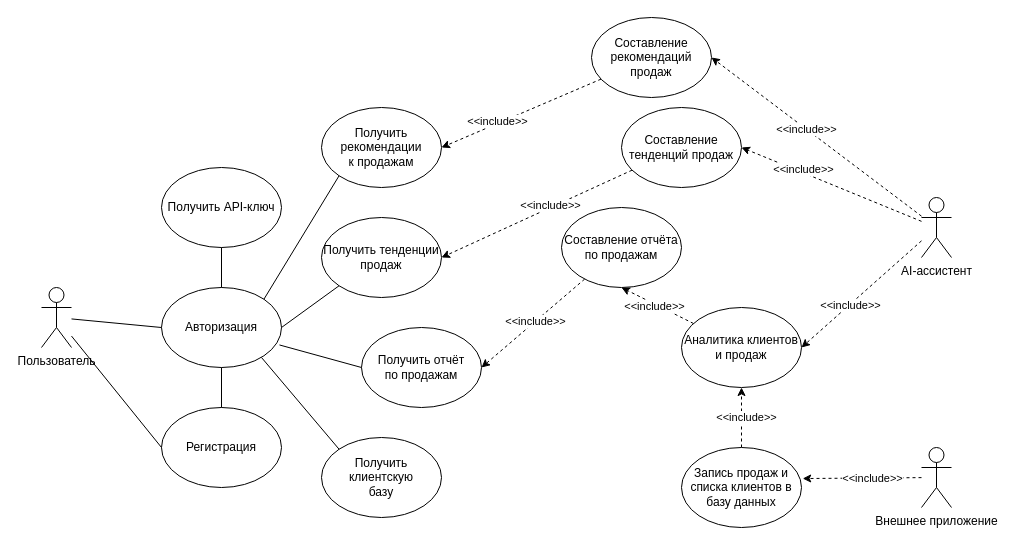
Before: docs/src/usecase.drawio in StandartU/ai_crm, a draw.io diagram. Source tidied: cells renumbered, new cells numbered last; positions are measured from the earlier drawing's top-left corner, leaving out a move shared by most shapes. Both pictures are drawn from the tidied source at 100%, with x=0, y=0 at pixel (41, 17).
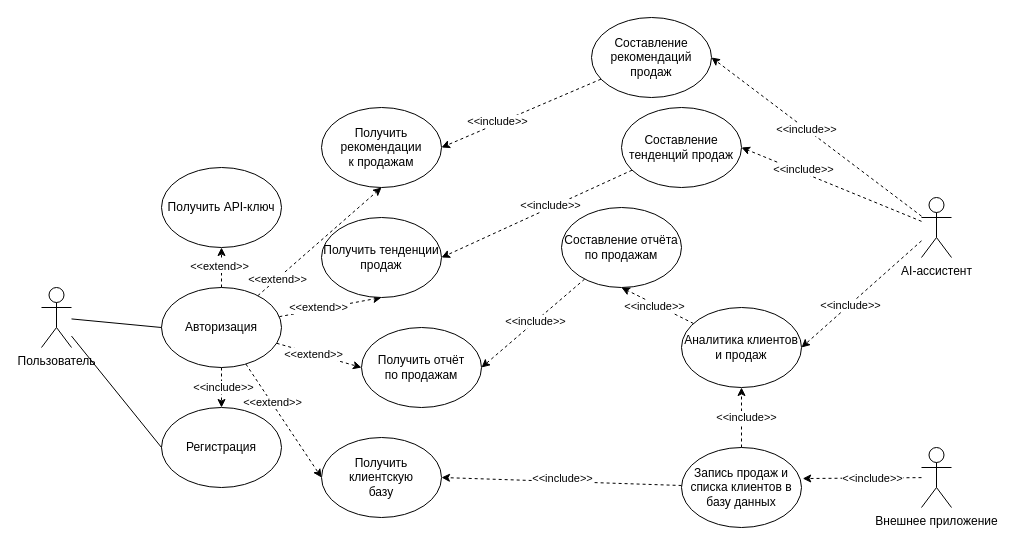
The same page after the edit.

Unchanged cells that the change refers to:
```xml
<mxCell id="3" value="Регистрация" style="ellipse;whiteSpace=wrap;html=1;" parent="1" vertex="1">
  <mxGeometry x="120" y="390" width="120" height="80" as="geometry" />
</mxCell>
<mxCell id="4" value="Авторизация" style="ellipse;whiteSpace=wrap;html=1;" parent="1" vertex="1">
  <mxGeometry x="120" y="270" width="120" height="80" as="geometry" />
</mxCell>
<mxCell id="8" value="Получить API-ключ" style="ellipse;whiteSpace=wrap;html=1;" parent="1" vertex="1">
  <mxGeometry x="120" y="150" width="120" height="80" as="geometry" />
</mxCell>
<mxCell id="9" value="Получить тенденции&lt;br&gt;продаж" style="ellipse;whiteSpace=wrap;html=1;" parent="1" vertex="1">
  <mxGeometry x="280" y="200" width="120" height="80" as="geometry" />
</mxCell>
<mxCell id="10" value="Получить отчёт&lt;br&gt;по продажам" style="ellipse;whiteSpace=wrap;html=1;" parent="1" vertex="1">
  <mxGeometry x="320" y="310" width="120" height="80" as="geometry" />
</mxCell>
<mxCell id="11" value="Получить клиентскую&lt;br&gt;базу" style="ellipse;whiteSpace=wrap;html=1;" parent="1" vertex="1">
  <mxGeometry x="280" y="420" width="120" height="80" as="geometry" />
</mxCell>
<mxCell id="16" value="Получить рекомендации&lt;br&gt;к продажам" style="ellipse;whiteSpace=wrap;html=1;" parent="1" vertex="1">
  <mxGeometry x="280" y="90" width="120" height="80" as="geometry" />
</mxCell>
<mxCell id="28" value="Запись продаж и списка клиентов в базу данных" style="ellipse;whiteSpace=wrap;html=1;" parent="1" vertex="1">
  <mxGeometry x="640" y="430" width="120" height="80" as="geometry" />
</mxCell>
```

What changed in the source:
```diff
@@
+    <mxCell id="43" style="edgeStyle=orthogonalEdgeStyle;rounded=0;jettySize=auto;html=1;entryX=0.5;entryY=0;entryDx=0;entryDy=0;dashed=1;" parent="1" edge="1" source="4" target="3">
+      <mxGeometry relative="1" as="geometry" />
+    </mxCell>
+    <mxCell id="44" value="&amp;lt;&amp;lt;include&amp;gt;&amp;gt;" style="edgeLabel;html=1;align=center;verticalAlign=middle;" parent="43" vertex="1">
+      <mxGeometry x="-0.05" y="1" relative="1" as="geometry" />
+    </mxCell>
+    <mxCell id="12" style="rounded=0;jettySize=auto;html=1;entryX=0.5;entryY=1;entryDx=0;entryDy=0;dashed=1;" parent="1" edge="1" source="4" target="8">
+      <mxGeometry relative="1" as="geometry" />
+    </mxCell>
+    <mxCell id="45" value="&amp;lt;&amp;lt;extend&amp;gt;&amp;gt;" style="edgeLabel;html=1;align=center;verticalAlign=middle;" parent="12" vertex="1">
+      <mxGeometry x="0.1" y="3" relative="1" as="geometry" />
+    </mxCell>
+    <mxCell id="17" style="rounded=0;jettySize=auto;html=1;entryX=0.5;entryY=1;entryDx=0;entryDy=0;dashed=1;" parent="1" edge="1" source="4" target="16">
+      <mxGeometry relative="1" as="geometry" />
+    </mxCell>
+    <mxCell id="46" value="&amp;lt;&amp;lt;extend&amp;gt;&amp;gt;" style="edgeLabel;html=1;align=center;verticalAlign=middle;" parent="17" vertex="1">
+      <mxGeometry x="-0.68" relative="1" as="geometry" />
+    </mxCell>
+    <mxCell id="47" style="rounded=0;jettySize=auto;html=1;entryX=0.5;entryY=1;entryDx=0;entryDy=0;dashed=1;" parent="1" edge="1" source="4" target="9">
+      <mxGeometry relative="1" as="geometry" />
+    </mxCell>
+    <mxCell id="48" value="&amp;lt;&amp;lt;extend&amp;gt;&amp;gt;" style="edgeLabel;html=1;align=center;verticalAlign=middle;" parent="47" vertex="1">
+      <mxGeometry x="-0.23" y="2" relative="1" as="geometry" />
+    </mxCell>
+    <mxCell id="14" style="rounded=0;jettySize=auto;html=1;entryX=0;entryY=0.5;entryDx=0;entryDy=0;dashed=1;" parent="1" edge="1" source="4" target="10">
+      <mxGeometry relative="1" as="geometry" />
+    </mxCell>
+    <mxCell id="49" value="&amp;lt;&amp;lt;extend&amp;gt;&amp;gt;" style="edgeLabel;html=1;align=center;verticalAlign=middle;" parent="14" vertex="1">
+      <mxGeometry x="-0.15" relative="1" as="geometry" />
+    </mxCell>
+    <mxCell id="50" style="rounded=0;jettySize=auto;html=1;entryX=0;entryY=0.5;entryDx=0;entryDy=0;dashed=1;" parent="1" edge="1" source="4" target="11">
+      <mxGeometry relative="1" as="geometry" />
+    </mxCell>
+    <mxCell id="51" value="&amp;lt;&amp;lt;extend&amp;gt;&amp;gt;" style="edgeLabel;html=1;align=center;verticalAlign=middle;" parent="50" vertex="1">
+      <mxGeometry x="-0.33" y="1" relative="1" as="geometry" />
+    </mxCell>
@@
-    <mxCell id="7" style="endArrow=none;html=1;rounded=0;entryX=0.5;entryY=1;entryDx=0;entryDy=0;exitX=0.5;exitY=0;exitDx=0;exitDy=0;" parent="1" edge="1" source="3" target="4">
-      <mxGeometry relative="1" as="geometry" />
-    </mxCell>
@@
-    <mxCell id="12" style="endArrow=none;html=1;rounded=0;exitX=0.5;exitY=0;exitDx=0;exitDy=0;entryX=0.5;entryY=1;entryDx=0;entryDy=0;" parent="1" edge="1" source="4" target="8">
-      <mxGeometry relative="1" as="geometry" />
-    </mxCell>
-    <mxCell id="13" style="endArrow=none;html=1;rounded=0;exitX=0.5;exitY=0;exitDx=0;exitDy=0;entryX=0;entryY=1;entryDx=0;entryDy=0;" parent="1" edge="1" target="9">
-      <mxGeometry relative="1" as="geometry">
-        <mxPoint x="240" y="310" as="sourcePoint" />
-      </mxGeometry>
-    </mxCell>
-    <mxCell id="14" style="endArrow=none;html=1;rounded=0;exitX=0.983;exitY=0.718;exitDx=0;exitDy=0;entryX=0;entryY=0.5;entryDx=0;entryDy=0;exitPerimeter=0;" parent="1" edge="1" source="4" target="10">
-      <mxGeometry relative="1" as="geometry" />
-    </mxCell>
-    <mxCell id="15" style="endArrow=none;html=1;rounded=0;entryX=0;entryY=0;entryDx=0;entryDy=0;" parent="1" edge="1" target="11">
-      <mxGeometry relative="1" as="geometry">
-        <mxPoint x="220" y="340" as="sourcePoint" />
-      </mxGeometry>
-    </mxCell>
@@
-    <mxCell id="17" style="endArrow=none;html=1;rounded=0;exitX=1;exitY=0;exitDx=0;exitDy=0;entryX=0;entryY=1;entryDx=0;entryDy=0;" parent="1" edge="1" source="4" target="16">
-      <mxGeometry relative="1" as="geometry" />
-    </mxCell>
@@
+    <mxCell id="52" style="rounded=0;jettySize=auto;html=1;entryX=1;entryY=0.5;entryDx=0;entryDy=0;dashed=1;" parent="1" edge="1" source="28" target="11">
+      <mxGeometry relative="1" as="geometry" />
+    </mxCell>
+    <mxCell id="53" value="&amp;lt;&amp;lt;include&amp;gt;&amp;gt;" style="edgeLabel;html=1;align=center;verticalAlign=middle;" parent="52" vertex="1">
+      <mxGeometry x="-0.01" y="2" relative="1" as="geometry">
+        <mxPoint x="-1" y="-6" as="offset" />
+      </mxGeometry>
+    </mxCell>
```
